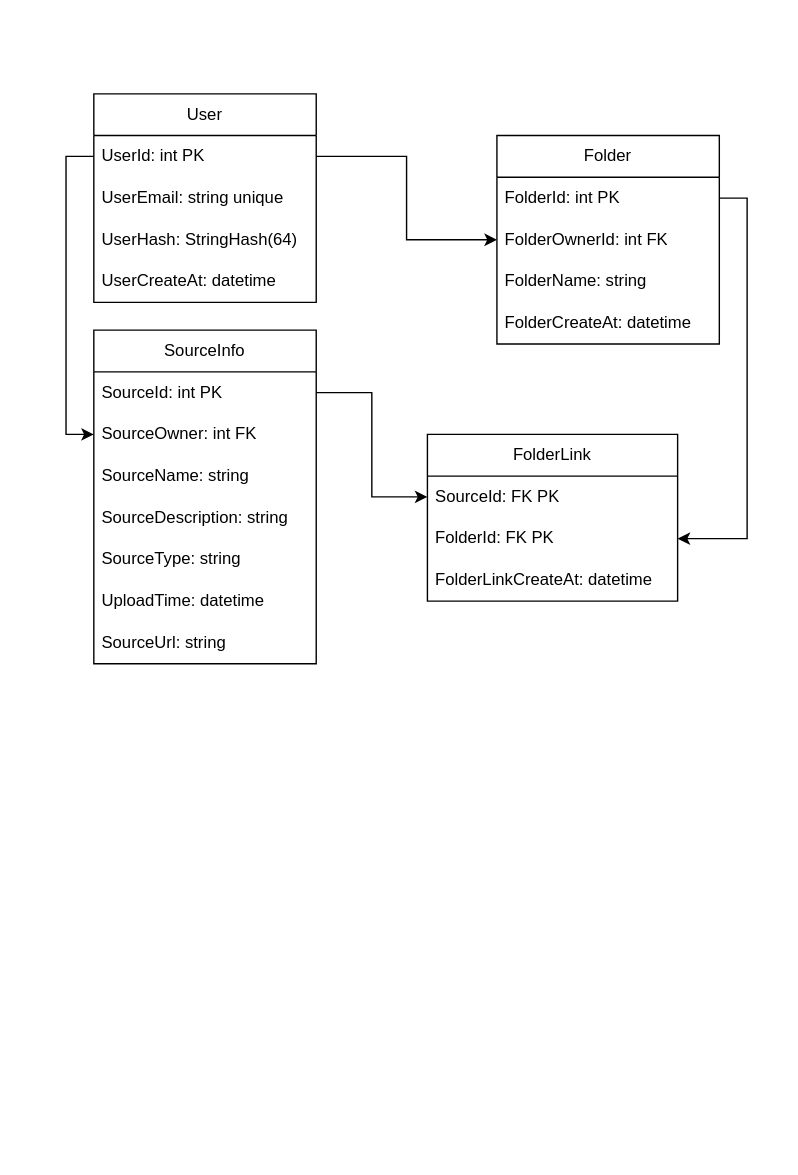
Before: ClassDR.drawio in NekoNeko6996/LocalFileWebServiceWithASP.NET, a draw.io diagram. Source tidied: cells renumbered, new cells numbered last; positions are measured from the earlier drawing's top-left corner, leaving out a move shared by most shapes. Both pictures are drawn from the tidied source at 139%, with x=0, y=0 at pixel (93, 93).
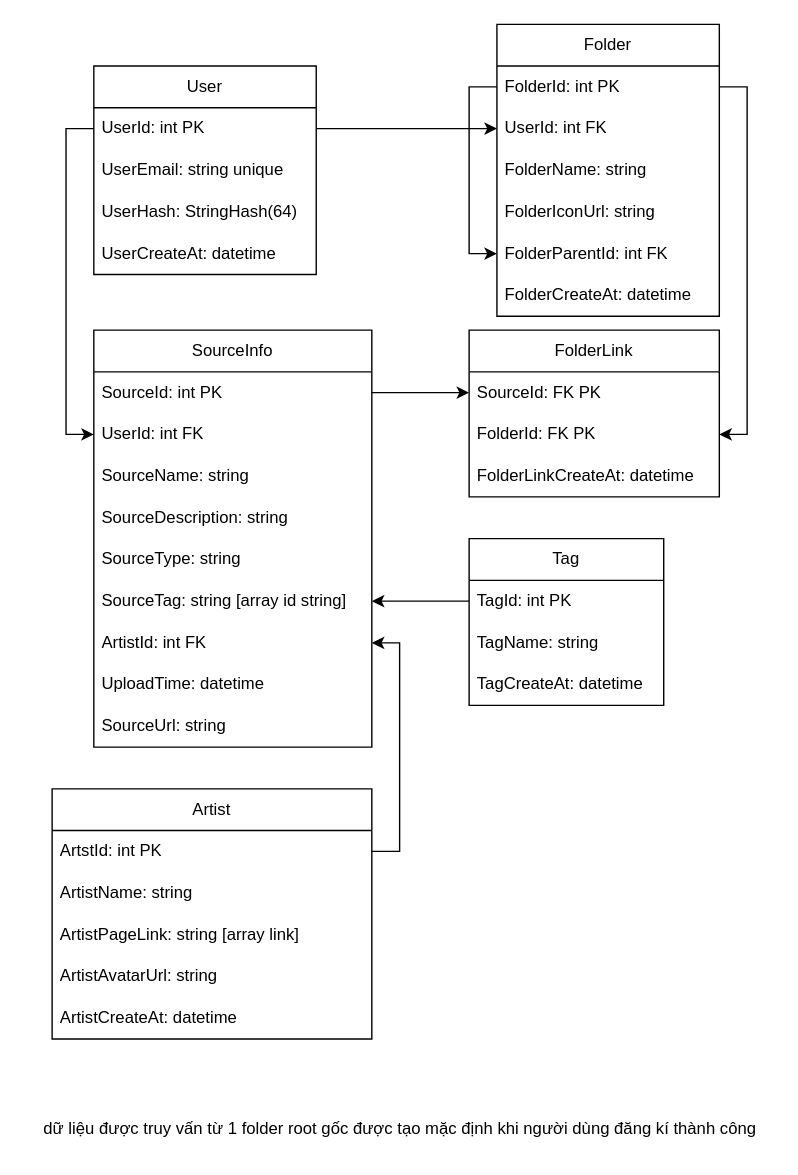
The same diagram, later.

Unchanged cells that the change refers to:
```xml
<mxCell id="11" value="FolderId: int PK" style="text;strokeColor=none;fillColor=none;align=left;verticalAlign=middle;spacingLeft=4;spacingRight=4;overflow=hidden;points=[[0,0.5],[1,0.5]];portConstraint=eastwest;whiteSpace=wrap;html=1;" parent="10" vertex="1">
  <mxGeometry y="30" width="160" height="30" as="geometry" />
</mxCell>
<mxCell id="20" value="UserId: int PK" style="text;strokeColor=none;fillColor=none;align=left;verticalAlign=middle;spacingLeft=4;spacingRight=4;overflow=hidden;points=[[0,0.5],[1,0.5]];portConstraint=eastwest;whiteSpace=wrap;html=1;" parent="19" vertex="1">
  <mxGeometry y="30" width="160" height="30" as="geometry" />
</mxCell>
```

Change to the diagram source:
```diff
@@
     <mxCell id="2" value="SourceInfo" style="swimlane;fontStyle=0;horizontal=1;startSize=30;whiteSpace=wrap;html=1;" parent="1" vertex="1">
-      <mxGeometry y="170" width="160" height="240" as="geometry" />
+      <mxGeometry y="170" width="200" height="300" as="geometry" />
     </mxCell>
     <mxCell id="3" value="SourceId: int PK" style="text;strokeColor=none;fillColor=none;align=left;verticalAlign=middle;spacingLeft=4;spacingRight=4;overflow=hidden;points=[[0,0.5],[1,0.5]];portConstraint=eastwest;whiteSpace=wrap;html=1;" parent="2" vertex="1">
-      <mxGeometry y="30" width="160" height="30" as="geometry" />
+      <mxGeometry y="30" width="200" height="30" as="geometry" />
     </mxCell>
-    <mxCell id="4" value="SourceOwner: int FK&lt;span style=&quot;background-color: initial;&quot;&gt;&amp;nbsp;&lt;/span&gt;" style="text;strokeColor=none;fillColor=none;align=left;verticalAlign=middle;spacingLeft=4;spacingRight=4;overflow=hidden;points=[[0,0.5],[1,0.5]];portConstraint=eastwest;whiteSpace=wrap;html=1;" parent="2" vertex="1">
-      <mxGeometry y="60" width="160" height="30" as="geometry" />
+    <mxCell id="4" value="UserId: int FK&lt;span style=&quot;background-color: initial;&quot;&gt;&amp;nbsp;&lt;/span&gt;" style="text;strokeColor=none;fillColor=none;align=left;verticalAlign=middle;spacingLeft=4;spacingRight=4;overflow=hidden;points=[[0,0.5],[1,0.5]];portConstraint=eastwest;whiteSpace=wrap;html=1;" parent="2" vertex="1">
+      <mxGeometry y="60" width="200" height="30" as="geometry" />
     </mxCell>
     <mxCell id="5" value="SourceName: string" style="text;strokeColor=none;fillColor=none;align=left;verticalAlign=middle;spacingLeft=4;spacingRight=4;overflow=hidden;whiteSpace=wrap;html=1;" parent="2" vertex="1">
-      <mxGeometry y="90" width="160" height="30" as="geometry" />
+      <mxGeometry y="90" width="200" height="30" as="geometry" />
     </mxCell>
     <mxCell id="6" value="SourceDescription: string" style="text;strokeColor=none;fillColor=none;align=left;verticalAlign=middle;spacingLeft=4;spacingRight=4;overflow=hidden;whiteSpace=wrap;html=1;" parent="2" vertex="1">
-      <mxGeometry y="120" width="160" height="30" as="geometry" />
+      <mxGeometry y="120" width="200" height="30" as="geometry" />
     </mxCell>
     <mxCell id="7" value="SourceType: string" style="text;strokeColor=none;fillColor=none;align=left;verticalAlign=middle;spacingLeft=4;spacingRight=4;overflow=hidden;whiteSpace=wrap;html=1;" parent="2" vertex="1">
-      <mxGeometry y="150" width="160" height="30" as="geometry" />
+      <mxGeometry y="150" width="200" height="30" as="geometry" />
     </mxCell>
+    <mxCell id="28" value="SourceTag: string [array id string]" style="text;strokeColor=none;fillColor=none;align=left;verticalAlign=middle;spacingLeft=4;spacingRight=4;overflow=hidden;points=[[0,0.5],[1,0.5]];portConstraint=eastwest;whiteSpace=wrap;html=1;" parent="2" vertex="1">
+      <mxGeometry y="180" width="200" height="30" as="geometry" />
+    </mxCell>
+    <mxCell id="29" value="ArtistId: int FK" style="text;strokeColor=none;fillColor=none;align=left;verticalAlign=middle;spacingLeft=4;spacingRight=4;overflow=hidden;points=[[0,0.5],[1,0.5]];portConstraint=eastwest;whiteSpace=wrap;html=1;" parent="2" vertex="1">
+      <mxGeometry y="210" width="200" height="30" as="geometry" />
+    </mxCell>
     <mxCell id="8" value="UploadTime: datetime" style="text;strokeColor=none;fillColor=none;align=left;verticalAlign=middle;spacingLeft=4;spacingRight=4;overflow=hidden;whiteSpace=wrap;html=1;" parent="2" vertex="1">
-      <mxGeometry y="180" width="160" height="30" as="geometry" />
+      <mxGeometry y="240" width="200" height="30" as="geometry" />
     </mxCell>
     <mxCell id="9" value="SourceUrl: string" style="text;strokeColor=none;fillColor=none;align=left;verticalAlign=middle;spacingLeft=4;spacingRight=4;overflow=hidden;whiteSpace=wrap;html=1;" parent="2" vertex="1">
-      <mxGeometry y="210" width="160" height="30" as="geometry" />
+      <mxGeometry y="270" width="200" height="30" as="geometry" />
     </mxCell>
     <mxCell id="10" value="Folder" style="swimlane;fontStyle=0;horizontal=1;startSize=30;whiteSpace=wrap;html=1;" parent="1" vertex="1">
-      <mxGeometry x="290" y="30" width="160" height="150" as="geometry" />
+      <mxGeometry x="290" y="-50" width="160" height="210" as="geometry" />
     </mxCell>
+    <mxCell id="30" style="edgeStyle=orthogonalEdgeStyle;rounded=0;jettySize=auto;html=1;entryX=0;entryY=0.5;entryDx=0;entryDy=0;" parent="10" edge="1" source="11" target="31">
+      <mxGeometry relative="1" as="geometry" />
+    </mxCell>
@@
-    <mxCell id="12" value="FolderOwnerId: int FK" style="text;strokeColor=none;fillColor=none;align=left;verticalAlign=middle;spacingLeft=4;spacingRight=4;overflow=hidden;points=[[0,0.5],[1,0.5]];portConstraint=eastwest;whiteSpace=wrap;html=1;" parent="10" vertex="1">
+    <mxCell id="12" value="UserId: int FK" style="text;strokeColor=none;fillColor=none;align=left;verticalAlign=middle;spacingLeft=4;spacingRight=4;overflow=hidden;points=[[0,0.5],[1,0.5]];portConstraint=eastwest;whiteSpace=wrap;html=1;" parent="10" vertex="1">
       <mxGeometry y="60" width="160" height="30" as="geometry" />
     </mxCell>
@@
-    <mxCell id="14" value="FolderCreateAt: datetime" style="text;strokeColor=none;fillColor=none;align=left;verticalAlign=middle;spacingLeft=4;spacingRight=4;overflow=hidden;whiteSpace=wrap;html=1;" parent="10" vertex="1">
+    <mxCell id="14" value="FolderIconUrl: string" style="text;strokeColor=none;fillColor=none;align=left;verticalAlign=middle;spacingLeft=4;spacingRight=4;overflow=hidden;whiteSpace=wrap;html=1;" parent="10" vertex="1">
       <mxGeometry y="120" width="160" height="30" as="geometry" />
     </mxCell>
+    <mxCell id="31" value="FolderParentId: int FK" style="text;strokeColor=none;fillColor=none;align=left;verticalAlign=middle;spacingLeft=4;spacingRight=4;overflow=hidden;points=[[0,0.5],[1,0.5]];portConstraint=eastwest;whiteSpace=wrap;html=1;" parent="10" vertex="1">
+      <mxGeometry y="150" width="160" height="30" as="geometry" />
+    </mxCell>
+    <mxCell id="32" value="FolderCreateAt: datetime" style="text;strokeColor=none;fillColor=none;align=left;verticalAlign=middle;spacingLeft=4;spacingRight=4;overflow=hidden;whiteSpace=wrap;html=1;" parent="10" vertex="1">
+      <mxGeometry y="180" width="160" height="30" as="geometry" />
+    </mxCell>
     <mxCell id="15" value="FolderLink" style="swimlane;fontStyle=0;horizontal=1;startSize=30;whiteSpace=wrap;html=1;" parent="1" vertex="1">
-      <mxGeometry x="240" y="245" width="180" height="120" as="geometry" />
+      <mxGeometry x="270" y="170" width="180" height="120" as="geometry" />
     </mxCell>
@@
     <mxCell id="19" value="User" style="swimlane;fontStyle=0;horizontal=1;startSize=30;whiteSpace=wrap;html=1;" parent="1" vertex="1">
-      <mxGeometry width="160" height="150" as="geometry" />
+      <mxGeometry y="-20" width="160" height="150" as="geometry" />
     </mxCell>
@@
-    <mxCell id="24" style="edgeStyle=orthogonalEdgeStyle;rounded=0;jettySize=auto;html=1;entryX=0;entryY=0.5;entryDx=0;entryDy=0;" parent="1" edge="1" source="20" target="4">
+    <mxCell id="24" style="edgeStyle=orthogonalEdgeStyle;rounded=0;jettySize=auto;html=1;entryX=0;entryY=0.5;entryDx=0;entryDy=0;exitX=0;exitY=0.5;exitDx=0;exitDy=0;" parent="1" edge="1" source="20" target="4">
       <mxGeometry relative="1" as="geometry" />
     </mxCell>
@@
+    <mxCell id="33" value="Tag" style="swimlane;fontStyle=0;horizontal=1;startSize=30;whiteSpace=wrap;html=1;" parent="1" vertex="1">
+      <mxGeometry x="270" y="320" width="140" height="120" as="geometry" />
+    </mxCell>
+    <mxCell id="34" value="TagId: int PK" style="text;strokeColor=none;fillColor=none;align=left;verticalAlign=middle;spacingLeft=4;spacingRight=4;overflow=hidden;points=[[0,0.5],[1,0.5]];portConstraint=eastwest;whiteSpace=wrap;html=1;" parent="33" vertex="1">
+      <mxGeometry y="30" width="140" height="30" as="geometry" />
+    </mxCell>
+    <mxCell id="35" value="TagName: string" style="text;strokeColor=none;fillColor=none;align=left;verticalAlign=middle;spacingLeft=4;spacingRight=4;overflow=hidden;whiteSpace=wrap;html=1;" parent="33" vertex="1">
+      <mxGeometry y="60" width="140" height="30" as="geometry" />
+    </mxCell>
+    <mxCell id="36" value="TagCreateAt: datetime" style="text;strokeColor=none;fillColor=none;align=left;verticalAlign=middle;spacingLeft=4;spacingRight=4;overflow=hidden;whiteSpace=wrap;html=1;" parent="33" vertex="1">
+      <mxGeometry y="90" width="140" height="30" as="geometry" />
+    </mxCell>
+    <mxCell id="37" style="edgeStyle=orthogonalEdgeStyle;rounded=0;jettySize=auto;html=1;" parent="1" edge="1" source="34" target="28">
+      <mxGeometry relative="1" as="geometry" />
+    </mxCell>
+    <mxCell id="38" value="Artist" style="swimlane;fontStyle=0;horizontal=1;startSize=30;whiteSpace=wrap;html=1;" parent="1" vertex="1">
+      <mxGeometry x="-30" y="500" width="230" height="180" as="geometry" />
+    </mxCell>
+    <mxCell id="39" value="ArtstId: int PK" style="text;strokeColor=none;fillColor=none;align=left;verticalAlign=middle;spacingLeft=4;spacingRight=4;overflow=hidden;points=[[0,0.5],[1,0.5]];portConstraint=eastwest;whiteSpace=wrap;html=1;" parent="38" vertex="1">
+      <mxGeometry y="30" width="230" height="30" as="geometry" />
+    </mxCell>
+    <mxCell id="40" value="ArtistName: string" style="text;strokeColor=none;fillColor=none;align=left;verticalAlign=middle;spacingLeft=4;spacingRight=4;overflow=hidden;whiteSpace=wrap;html=1;" parent="38" vertex="1">
+      <mxGeometry y="60" width="230" height="30" as="geometry" />
+    </mxCell>
+    <mxCell id="41" value="ArtistPageLink: string [array link]" style="text;strokeColor=none;fillColor=none;align=left;verticalAlign=middle;spacingLeft=4;spacingRight=4;overflow=hidden;whiteSpace=wrap;html=1;" parent="38" vertex="1">
+      <mxGeometry y="90" width="230" height="30" as="geometry" />
+    </mxCell>
+    <mxCell id="42" value="ArtistAvatarUrl: string" style="text;strokeColor=none;fillColor=none;align=left;verticalAlign=middle;spacingLeft=4;spacingRight=4;overflow=hidden;whiteSpace=wrap;html=1;" parent="38" vertex="1">
+      <mxGeometry y="120" width="230" height="30" as="geometry" />
+    </mxCell>
+    <mxCell id="43" value="ArtistCreateAt: datetime" style="text;strokeColor=none;fillColor=none;align=left;verticalAlign=middle;spacingLeft=4;spacingRight=4;overflow=hidden;whiteSpace=wrap;html=1;" parent="38" vertex="1">
+      <mxGeometry y="150" width="230" height="30" as="geometry" />
+    </mxCell>
+    <mxCell id="44" style="edgeStyle=orthogonalEdgeStyle;rounded=0;jettySize=auto;html=1;entryX=1;entryY=0.5;entryDx=0;entryDy=0;" parent="1" edge="1" source="39" target="29">
+      <mxGeometry relative="1" as="geometry" />
+    </mxCell>
+    <mxCell id="45" value="dữ liệu được truy vấn từ 1 folder root gốc được tạo mặc định khi người dùng đăng kí thành công" style="text;html=1;align=center;verticalAlign=middle;strokeColor=none;fillColor=none;" parent="1" vertex="1">
+      <mxGeometry x="-50" y="730" width="540" height="30" as="geometry" />
+    </mxCell>
```
